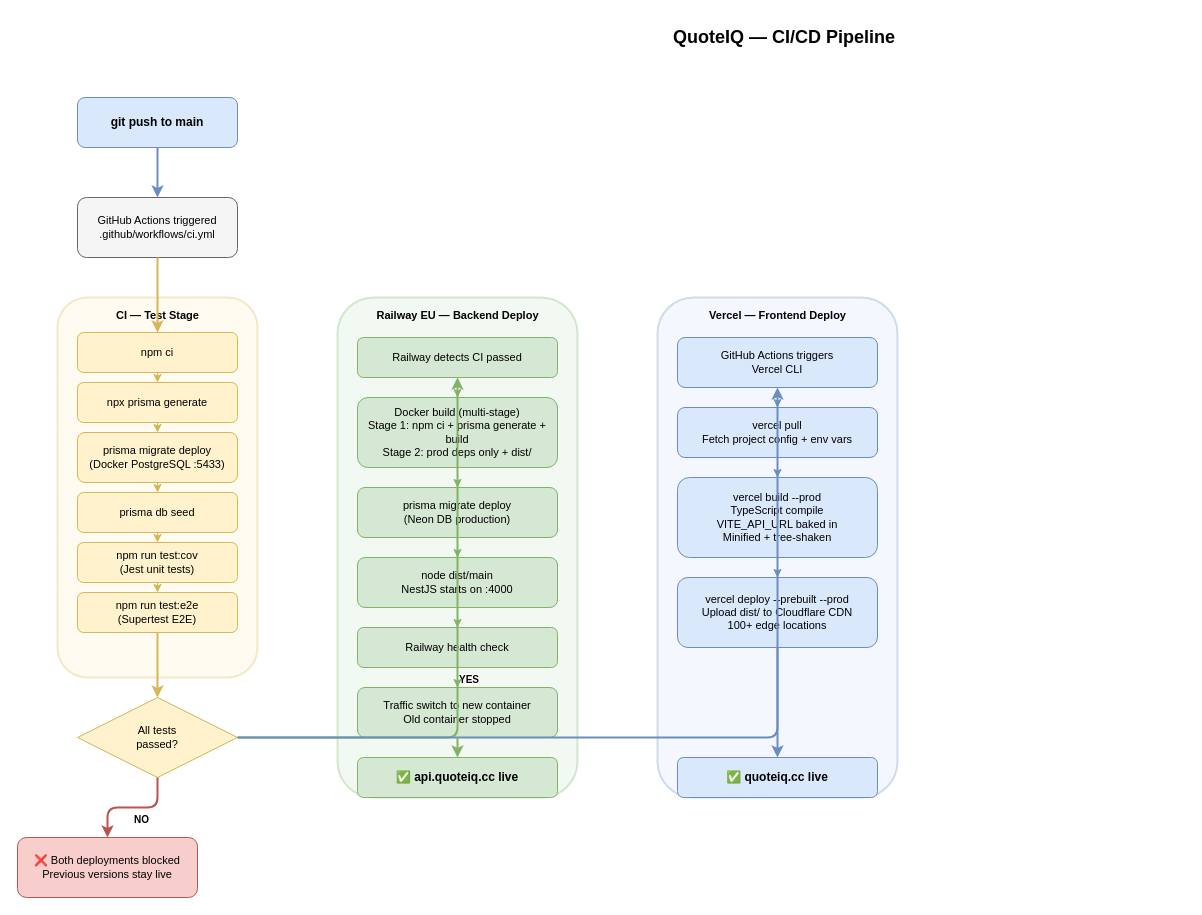
Before: docs/drawio/cicd-pipeline.drawio in Eunice-Amirtharajan/quote-iq, a draw.io diagram. Source tidied: cells renumbered, new cells numbered last; positions are measured from the earlier drawing's top-left corner, leaving out a move shared by most shapes. Both pictures are drawn from the tidied source at 100%, with x=0, y=0 at pixel (17, 17).
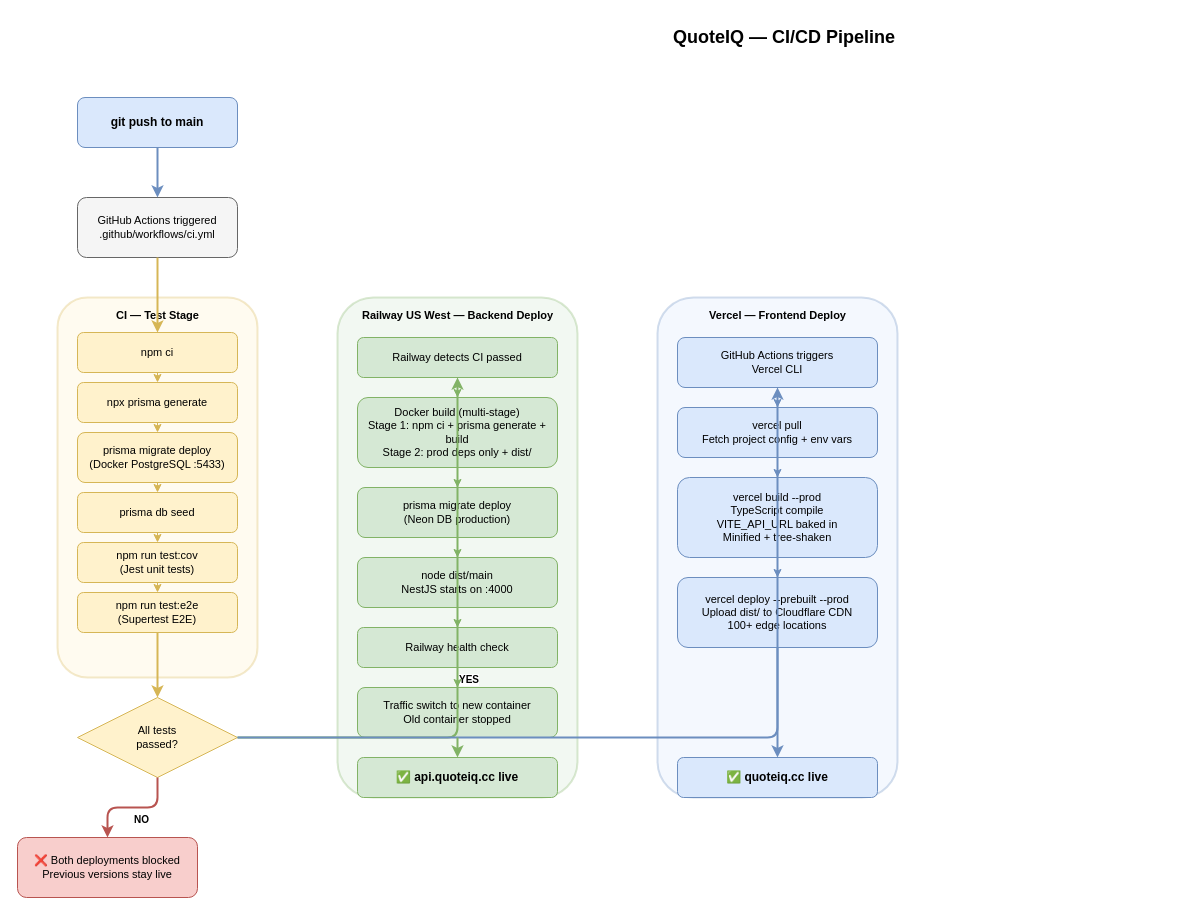
The same diagram, later.

Commit message (it also covers changes not shown here):
fix Railway region label, trim known limitations, update CI/CD deploy docs, add Vercel Analytics

The edit, as a diff of the source:
```diff
@@
-    <mxCell id="16" value="Railway EU — Backend Deploy" style="text;html=1;strokeColor=none;fillColor=none;align=center;fontSize=11;fontStyle=1;" parent="1" vertex="1">
+    <mxCell id="16" value="Railway US West — Backend Deploy" style="text;html=1;strokeColor=none;fillColor=none;align=center;fontSize=11;fontStyle=1;" parent="1" vertex="1">
       <mxGeometry x="320" y="285" width="240" height="25" as="geometry" />
     </mxCell>
```
